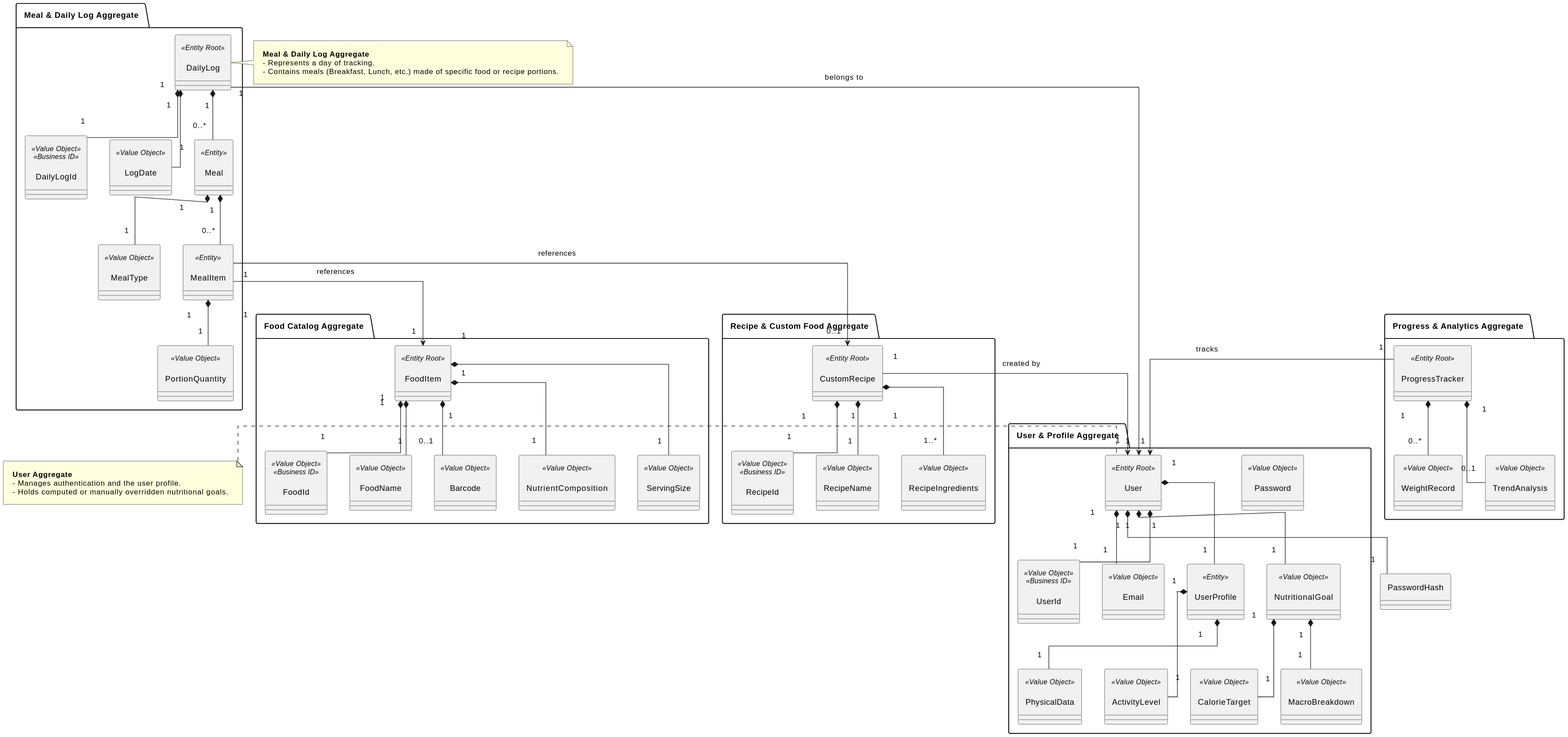
Above: backend/docs/global-artifacts/Domain_Model.svg in Pedro-P21/FitMaxxer (PlantUML), before the change.
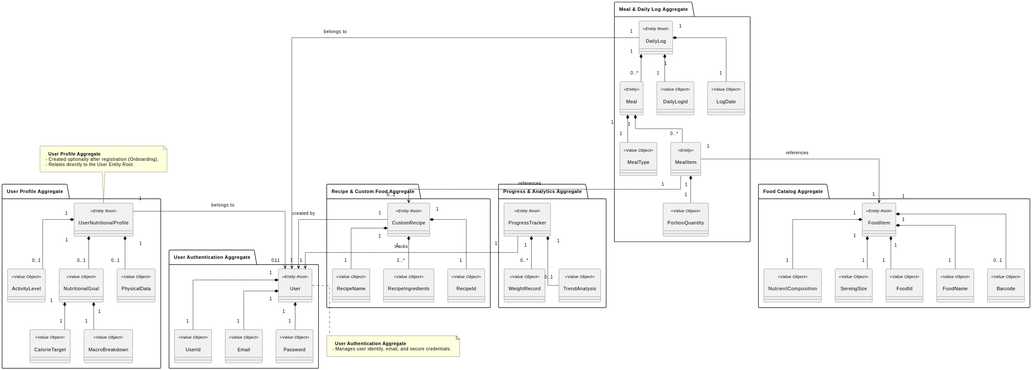
Later version of the same file.

Commit message:
#1 - Domain model updates. User Profile and User Auth are now seperate aggregates

What changed in the source:
```diff
@@ -6,12 +6,15 @@
 skinparam ranksep 80
 skinparam padding 10
 
-package "User & Profile Aggregate" {
+package "User Authentication Aggregate" {
     class User <<Entity Root>> {}
-    class UserId <<Value Object>> <<Business ID>> {}
+    class UserId <<Value Object>> {}
     class Email <<Value Object>> {}
     class Password <<Value Object>> {}
-    class UserProfile <<Entity>> {}
+}
+
+package "User Profile Aggregate" {
+    class UserNutritionalProfile <<Entity Root>> {}
     class PhysicalData <<Value Object>> {}
     class ActivityLevel <<Value Object>> {}
     class NutritionalGoal <<Value Object>> {}
@@ -21,7 +24,7 @@
 
 package "Food Catalog Aggregate" {
     class FoodItem <<Entity Root>> {}
-    class FoodId <<Value Object>> <<Business ID>> {}
+    class FoodId <<Value Object>>  {}
     class FoodName <<Value Object>> {}
     class Barcode <<Value Object>> {}
     class NutrientComposition <<Value Object>> {}
@@ -30,14 +33,14 @@
 
 package "Recipe & Custom Food Aggregate" {
     class CustomRecipe <<Entity Root>> {}
-    class RecipeId <<Value Object>> <<Business ID>> {}
+    class RecipeId <<Value Object>>  {}
     class RecipeName <<Value Object>> {}
     class RecipeIngredients <<Value Object>> {}
 }
 
 package "Meal & Daily Log Aggregate" {
     class DailyLog <<Entity Root>> {}
-    class DailyLogId <<Value Object>> <<Business ID>> {}
+    class DailyLogId <<Value Object>>  {}
     class LogDate <<Value Object>> {}
     class Meal <<Entity>> {}
     class MealType <<Value Object>> {}
@@ -53,12 +56,12 @@
 
 User "1" *-- "1" UserId
 User "1" *-- "1" Email
-User "1" *-- "1" PasswordHash
-User "1" *-- "1" UserProfile
-User "1" *-- "1" NutritionalGoal
+User "1" *-- "1" Password
 
-UserProfile "1" *-- "1" PhysicalData
-UserProfile "1" *-- "1" ActivityLevel
+UserNutritionalProfile "1" --> "0..1" User : "belongs to"
+UserNutritionalProfile "1" *-- "0..1" PhysicalData
+UserNutritionalProfile "1" *-- "0..1" ActivityLevel
+UserNutritionalProfile "1" *-- "0..1" NutritionalGoal
 
 NutritionalGoal "1" *-- "1" CalorieTarget
 NutritionalGoal "1" *-- "1" MacroBreakdown
@@ -90,15 +93,14 @@
 ProgressTracker "1" *-- "0..*" WeightRecord
 ProgressTracker "1" *-- "0..1" TrendAnalysis
 
-note left of User
-  **User Aggregate**
-  - Manages authentication and the user profile.
-  - Holds computed or manually overridden nutritional goals.
+note bottom of User
+  **User Authentication Aggregate**
+- Manages user identity, email, and secure credentials.
 end note
 
-note right of DailyLog
-  **Meal & Daily Log Aggregate**
-  - Represents a day of tracking.
-  - Contains meals (Breakfast, Lunch, etc.) made of specific food or recipe portions.
+note top of UserNutritionalProfile
+  **User Profile Aggregate**
+- Created optionally after registration (Onboarding).
+- Relates directly to the User Entity Root.
 end note
 @enduml
```
